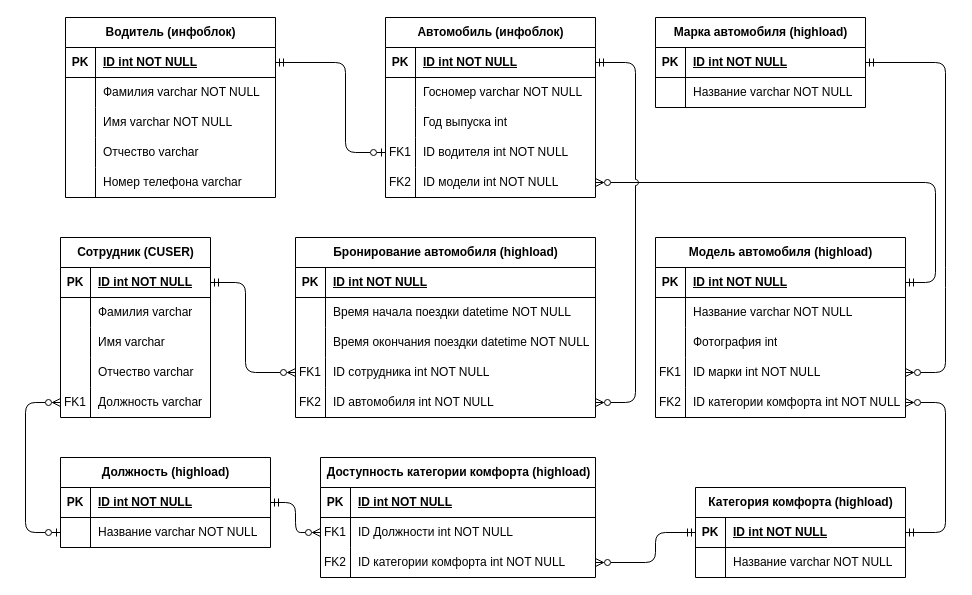
ShkulovNikita/only-tasks keeps this draw.io diagram as test-task/Diagram/Diagram.drawio. Above is the earlier version. Source tidied: cells renumbered, new cells numbered last; positions are measured from the earlier drawing's top-left corner, leaving out a move shared by most shapes. Both pictures are drawn from the tidied source at 100%, with x=0, y=0 at pixel (25, 17).
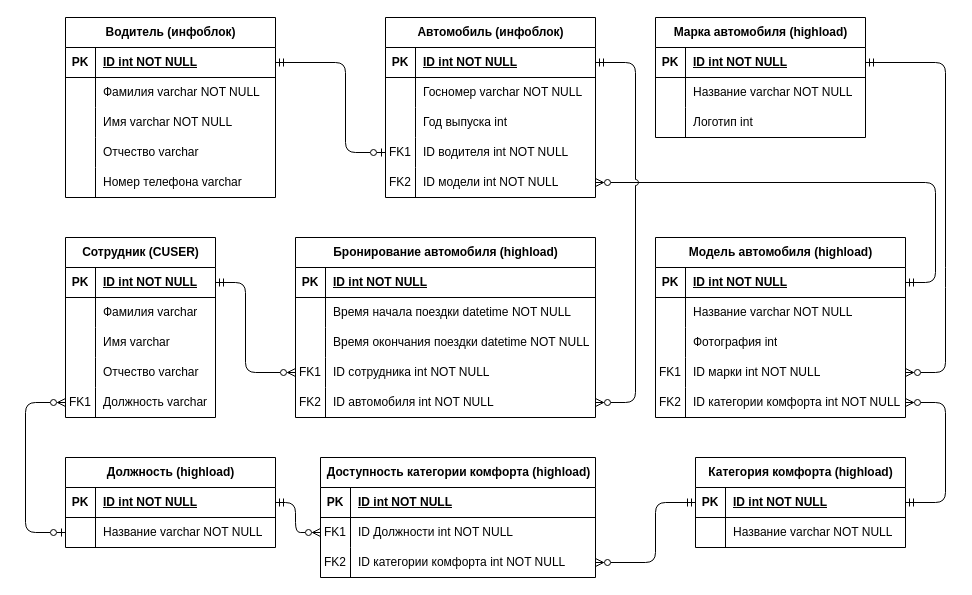
The same page after the edit.

Commit message (it also covers changes not shown here):
Небольшие исправления диаграммы.

Unchanged cells that the change refers to:
```xml
<mxCell id="31" style="shape=tableRow;horizontal=0;startSize=0;swimlaneHead=0;swimlaneBody=0;fillColor=none;points=[[0,0.5],[1,0.5]];portConstraint=eastwest;top=0;left=0;right=0;bottom=0;" parent="18" vertex="1">
  <mxGeometry y="150" width="250" height="30" as="geometry" />
</mxCell>
<mxCell id="90" style="shape=tableRow;horizontal=0;startSize=0;swimlaneHead=0;swimlaneBody=0;fillColor=none;points=[[0,0.5],[1,0.5]];portConstraint=eastwest;top=0;left=0;right=0;bottom=1;" parent="89" vertex="1">
  <mxGeometry y="30" width="210" height="30" as="geometry" />
</mxCell>
<mxCell id="109" style="shape=tableRow;horizontal=0;startSize=0;swimlaneHead=0;swimlaneBody=0;fillColor=none;points=[[0,0.5],[1,0.5]];portConstraint=eastwest;top=0;left=0;right=0;bottom=0;" parent="102" vertex="1">
  <mxGeometry y="90" width="275" height="30" as="geometry" />
</mxCell>
```

Diff of the diagram source:
```diff
@@
     <mxCell id="2" value="Сотрудник (CUSER)" style="shape=table;startSize=30;childLayout=tableLayout;rowLines=0;fontStyle=1;align=center;html=1;" parent="1" vertex="1">
-      <mxGeometry x="35" y="220" width="150" height="180" as="geometry" />
+      <mxGeometry x="40" y="220" width="150" height="180" as="geometry" />
     </mxCell>
@@
     <mxCell id="34" value="Марка автомобиля (highload)" style="shape=table;startSize=30;childLayout=tableLayout;rowLines=0;fontStyle=1;align=center;html=1;" parent="1" vertex="1">
-      <mxGeometry x="630" width="210" height="90" as="geometry" />
+      <mxGeometry x="630" width="210" height="120" as="geometry" />
     </mxCell>
@@
+    <mxCell id="122" style="shape=tableRow;horizontal=0;startSize=0;swimlaneHead=0;swimlaneBody=0;fillColor=none;top=0;left=0;right=0;bottom=0;" parent="34" vertex="1">
+      <mxGeometry y="90" width="210" height="30" as="geometry" />
+    </mxCell>
+    <mxCell id="123" style="shape=partialRectangle;fillColor=none;top=0;left=0;bottom=0;right=0;overflow=hidden;whiteSpace=wrap;html=1;" parent="122" vertex="1">
+      <mxGeometry width="30" height="30" as="geometry" />
+    </mxCell>
+    <mxCell id="124" value="Логотип int" style="shape=partialRectangle;fillColor=none;top=0;left=0;bottom=0;right=0;align=left;spacingLeft=6;overflow=hidden;whiteSpace=wrap;html=1;" parent="122" vertex="1">
+      <mxGeometry x="30" width="180" height="30" as="geometry" />
+    </mxCell>
@@
     <mxCell id="89" value="Категория комфорта (highload)" style="shape=table;startSize=30;childLayout=tableLayout;rowLines=0;fontStyle=1;align=center;html=1;" parent="1" vertex="1">
-      <mxGeometry x="670" y="470" width="210" height="90" as="geometry" />
+      <mxGeometry x="670" y="440" width="210" height="90" as="geometry" />
     </mxCell>
@@
     <mxCell id="97" style="endArrow=ERmandOne;html=1;rounded=1;startArrow=ERzeroToMany;startFill=0;endFill=0;exitX=1;exitY=0.5;exitDx=0;exitDy=0;entryX=1;entryY=0.5;entryDx=0;entryDy=0;" parent="1" edge="1" source="31" target="90">
       <mxGeometry relative="1" as="geometry">
         <Array as="points">
           <mxPoint x="920" y="385" />
-          <mxPoint x="920" y="515" />
+          <mxPoint x="920" y="485" />
         </Array>
       </mxGeometry>
     </mxCell>
     <mxCell id="98" style="endArrow=ERmandOne;html=1;rounded=1;startArrow=ERzeroToMany;startFill=0;endFill=0;exitX=1;exitY=0.5;exitDx=0;exitDy=0;entryX=0;entryY=0.5;entryDx=0;entryDy=0;" parent="1" edge="1" source="109" target="90">
       <mxGeometry relative="1" as="geometry">
         <Array as="points">
           <mxPoint x="630" y="545" />
-          <mxPoint x="630" y="515" />
+          <mxPoint x="630" y="485" />
         </Array>
       </mxGeometry>
     </mxCell>
@@
     <mxCell id="114" value="Должность (highload)" style="shape=table;startSize=30;childLayout=tableLayout;rowLines=0;fontStyle=1;align=center;html=1;" parent="1" vertex="1">
-      <mxGeometry x="35" y="440" width="210" height="90" as="geometry" />
+      <mxGeometry x="40" y="440" width="210" height="90" as="geometry" />
     </mxCell>
```
